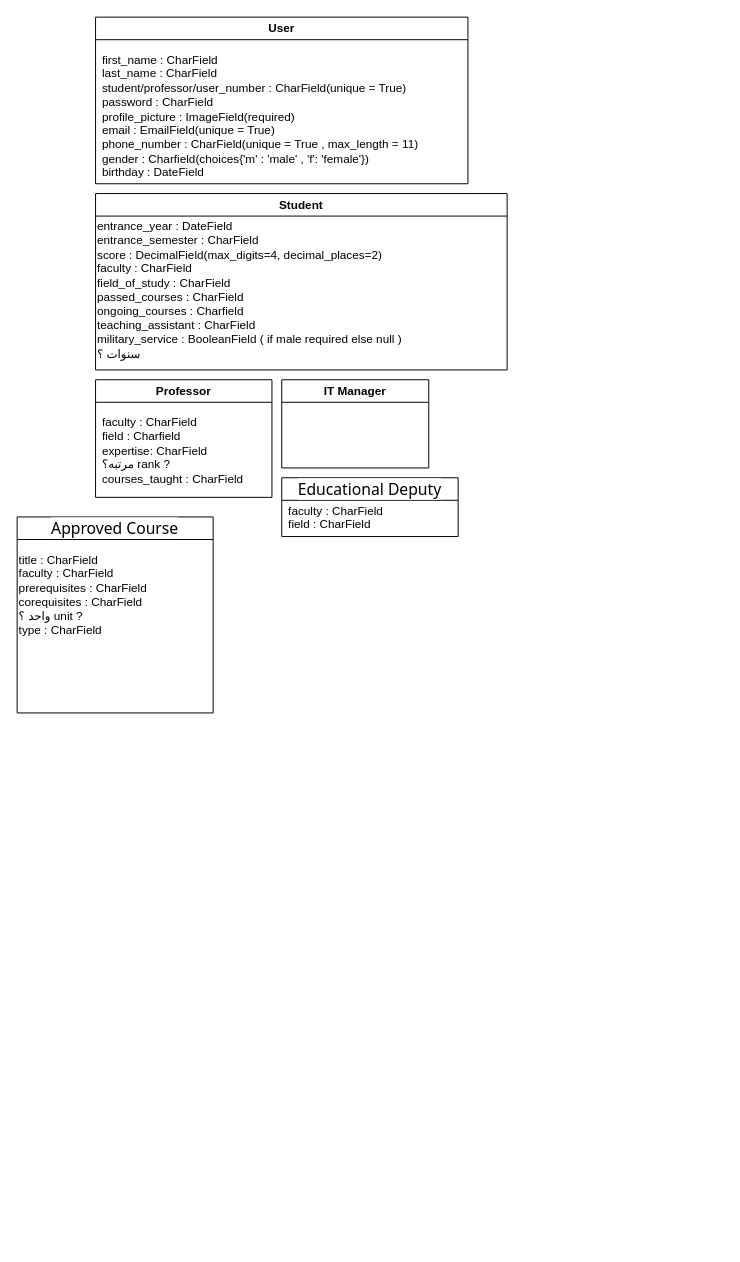
Above: Untitled Diagram.drawio in AFrenchWrench/eggplant-uni (draw.io), before the change. Source tidied: cells renumbered, new cells numbered last; positions are measured from the earlier drawing's top-left corner, leaving out a move shared by most shapes. Both pictures are drawn from the tidied source at 98%, with x=0, y=0 at pixel (17, 17).
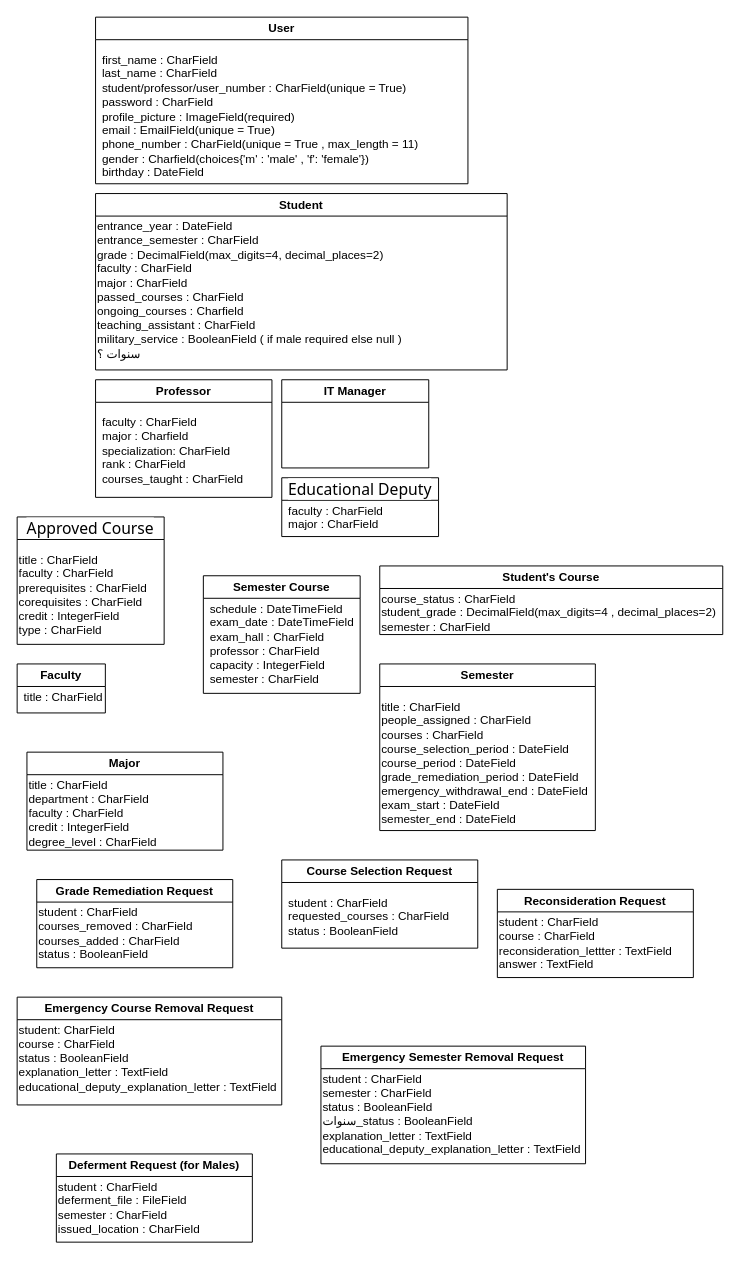
Above is the later version.

Commit message:
Added Raw Tables

The change refers to these unchanged cells:
```xml
<mxCell id="7" value="Professor" style="swimlane;whiteSpace=wrap;html=1;" parent="1" vertex="1">
  <mxGeometry x="80" y="370" width="180" height="120" as="geometry" />
</mxCell>
```

Change to the diagram source:
```diff
@@
-    <mxCell id="6" value="&lt;div&gt;entrance_year : DateField&lt;/div&gt;&lt;div&gt;entrance_semester : CharField&lt;/div&gt;&lt;div&gt;score : DecimalField&lt;span style=&quot;background-color: initial; white-space: pre;&quot;&gt;&lt;font face=&quot;Helvetica&quot; style=&quot;font-size: 12px;&quot;&gt;(max_digits=4, decimal_places=2)&lt;/font&gt;&lt;/span&gt;&lt;/div&gt;&lt;div&gt;&lt;span style=&quot;background-color: initial; white-space: pre;&quot;&gt;&lt;font face=&quot;Helvetica&quot; style=&quot;font-size: 12px;&quot;&gt;faculty : CharField&lt;/font&gt;&lt;/span&gt;&lt;/div&gt;&lt;div&gt;&lt;span style=&quot;background-color: initial; white-space: pre;&quot;&gt;&lt;font face=&quot;Helvetica&quot; style=&quot;font-size: 12px;&quot;&gt;field_of_study : CharField&lt;/font&gt;&lt;/span&gt;&lt;/div&gt;&lt;div&gt;&lt;span style=&quot;background-color: initial; white-space: pre;&quot;&gt;&lt;font face=&quot;Helvetica&quot; style=&quot;font-size: 12px;&quot;&gt;passed_courses : CharField&lt;/font&gt;&lt;/span&gt;&lt;/div&gt;&lt;div&gt;&lt;span style=&quot;white-space: pre;&quot;&gt;ongoing_courses : Charfield&lt;/span&gt;&lt;/div&gt;&lt;div&gt;&lt;span style=&quot;white-space: pre;&quot;&gt;teaching_assistant : CharField&lt;/span&gt;&lt;/div&gt;&lt;div&gt;&lt;span style=&quot;white-space: pre;&quot;&gt;military_service : BooleanField ( if male required else null )&lt;/span&gt;&lt;/div&gt;&lt;div&gt;&lt;span style=&quot;white-space: pre;&quot;&gt;سنوات ؟&lt;/span&gt;&lt;/div&gt;&lt;div&gt;&lt;span style=&quot;white-space: pre;&quot;&gt;&lt;br&gt;&lt;/span&gt;&lt;/div&gt;&lt;div&gt;&lt;span style=&quot;white-space: pre;&quot;&gt;&lt;br&gt;&lt;/span&gt;&lt;/div&gt;" style="text;html=1;whiteSpace=wrap;overflow=hidden;rounded=0;" parent="1" vertex="1">
+    <mxCell id="6" value="&lt;div&gt;entrance_year : DateField&lt;/div&gt;&lt;div&gt;entrance_semester : CharField&lt;/div&gt;&lt;div&gt;grade : DecimalField&lt;span style=&quot;background-color: initial; white-space: pre;&quot;&gt;&lt;font face=&quot;Helvetica&quot; style=&quot;font-size: 12px;&quot;&gt;(max_digits=4, decimal_places=2)&lt;/font&gt;&lt;/span&gt;&lt;/div&gt;&lt;div&gt;&lt;span style=&quot;background-color: initial; white-space: pre;&quot;&gt;&lt;font face=&quot;Helvetica&quot; style=&quot;font-size: 12px;&quot;&gt;faculty : CharField&lt;/font&gt;&lt;/span&gt;&lt;/div&gt;&lt;div&gt;&lt;span style=&quot;background-color: initial; white-space: pre;&quot;&gt;&lt;font face=&quot;Helvetica&quot; style=&quot;font-size: 12px;&quot;&gt;major : CharField&lt;/font&gt;&lt;/span&gt;&lt;/div&gt;&lt;div&gt;&lt;span style=&quot;background-color: initial; white-space: pre;&quot;&gt;&lt;font face=&quot;Helvetica&quot; style=&quot;font-size: 12px;&quot;&gt;passed_courses : CharField&lt;/font&gt;&lt;/span&gt;&lt;/div&gt;&lt;div&gt;&lt;span style=&quot;white-space: pre;&quot;&gt;ongoing_courses : Charfield&lt;/span&gt;&lt;/div&gt;&lt;div&gt;&lt;span style=&quot;white-space: pre;&quot;&gt;teaching_assistant : CharField&lt;/span&gt;&lt;/div&gt;&lt;div&gt;&lt;span style=&quot;white-space: pre;&quot;&gt;military_service : BooleanField ( if male required else null )&lt;/span&gt;&lt;/div&gt;&lt;div&gt;&lt;span style=&quot;white-space: pre;&quot;&gt;سنوات ؟&lt;/span&gt;&lt;/div&gt;&lt;div&gt;&lt;span style=&quot;white-space: pre;&quot;&gt;&lt;br&gt;&lt;/span&gt;&lt;/div&gt;&lt;div&gt;&lt;span style=&quot;white-space: pre;&quot;&gt;&lt;br&gt;&lt;/span&gt;&lt;/div&gt;" style="text;html=1;whiteSpace=wrap;overflow=hidden;rounded=0;" parent="1" vertex="1">
       <mxGeometry x="80" y="200" width="420" height="160" as="geometry" />
     </mxCell>
@@
-    <mxCell id="8" value="faculty : CharField&lt;div&gt;field : Charfield&lt;/div&gt;&lt;div&gt;expertise: CharField&lt;/div&gt;&lt;div&gt;مرتبه؟ rank ?&lt;br&gt;&lt;/div&gt;&lt;div&gt;courses_taught : CharField&lt;/div&gt;&lt;div&gt;&lt;br&gt;&lt;/div&gt;" style="text;html=1;whiteSpace=wrap;overflow=hidden;rounded=0;" parent="7" vertex="1">
+    <mxCell id="8" value="faculty : CharField&lt;div&gt;major : Charfield&lt;/div&gt;&lt;div&gt;specialization: CharField&lt;/div&gt;&lt;div&gt;rank : CharField&lt;/div&gt;&lt;div&gt;courses_taught : CharField&lt;/div&gt;&lt;div&gt;&lt;br&gt;&lt;/div&gt;" style="text;html=1;whiteSpace=wrap;overflow=hidden;rounded=0;" parent="7" vertex="1">
       <mxGeometry x="5" y="30" width="165" height="90" as="geometry" />
     </mxCell>
@@
     <mxCell id="10" value="&lt;span style=&quot;font-family: Söhne, ui-sans-serif, system-ui, -apple-system, &amp;quot;Segoe UI&amp;quot;, Roboto, Ubuntu, Cantarell, &amp;quot;Noto Sans&amp;quot;, sans-serif, &amp;quot;Helvetica Neue&amp;quot;, Arial, &amp;quot;Apple Color Emoji&amp;quot;, &amp;quot;Segoe UI Emoji&amp;quot;, &amp;quot;Segoe UI Symbol&amp;quot;, &amp;quot;Noto Color Emoji&amp;quot;; font-size: 16px; font-weight: 400; text-align: start; white-space-collapse: preserve; background-color: rgb(255, 255, 255);&quot;&gt;Educational Deputy&lt;/span&gt;" style="swimlane;whiteSpace=wrap;html=1;" parent="1" vertex="1">
-      <mxGeometry x="270" y="470" width="180" height="60" as="geometry" />
+      <mxGeometry x="270" y="470" width="160" height="60" as="geometry" />
     </mxCell>
-    <mxCell id="11" value="faculty : CharField&lt;div&gt;field : CharField&lt;/div&gt;" style="text;html=1;whiteSpace=wrap;overflow=hidden;rounded=0;" parent="10" vertex="1">
-      <mxGeometry x="5" y="20" width="105" height="40" as="geometry" />
+    <mxCell id="11" value="faculty : CharField&lt;div&gt;major : CharField&lt;/div&gt;" style="text;html=1;whiteSpace=wrap;overflow=hidden;rounded=0;" parent="10" vertex="1">
+      <mxGeometry x="5" y="20" width="155" height="40" as="geometry" />
     </mxCell>
     <mxCell id="12" value="&lt;span style=&quot;font-family: Söhne, ui-sans-serif, system-ui, -apple-system, &amp;quot;Segoe UI&amp;quot;, Roboto, Ubuntu, Cantarell, &amp;quot;Noto Sans&amp;quot;, sans-serif, &amp;quot;Helvetica Neue&amp;quot;, Arial, &amp;quot;Apple Color Emoji&amp;quot;, &amp;quot;Segoe UI Emoji&amp;quot;, &amp;quot;Segoe UI Symbol&amp;quot;, &amp;quot;Noto Color Emoji&amp;quot;; font-size: 16px; font-weight: 400; text-align: start; white-space-collapse: preserve; background-color: rgb(255, 255, 255);&quot;&gt;Approved Course&lt;/span&gt;" style="swimlane;whiteSpace=wrap;html=1;" parent="1" vertex="1">
-      <mxGeometry y="510" width="200" height="200" as="geometry" />
+      <mxGeometry y="510" width="150" height="130" as="geometry" />
     </mxCell>
-    <mxCell id="13" value="title : CharField&lt;div&gt;faculty : CharField&lt;/div&gt;&lt;div&gt;&lt;span style=&quot;background-color: initial;&quot;&gt;prerequisites : CharField&lt;/span&gt;&lt;/div&gt;&lt;div&gt;corequisites : CharField&lt;/div&gt;&lt;div&gt;واحد ؟ unit ?&lt;/div&gt;&lt;div&gt;type : CharField&lt;/div&gt;" style="text;html=1;whiteSpace=wrap;overflow=hidden;rounded=0;" parent="12" vertex="1">
-      <mxGeometry y="30" width="200" height="170" as="geometry" />
+    <mxCell id="13" value="title : CharField&lt;div&gt;faculty : CharField&lt;/div&gt;&lt;div&gt;&lt;span style=&quot;background-color: initial;&quot;&gt;prerequisites : CharField&lt;/span&gt;&lt;/div&gt;&lt;div&gt;corequisites : CharField&lt;/div&gt;&lt;div&gt;credit : IntegerField&lt;/div&gt;&lt;div&gt;type : CharField&lt;/div&gt;" style="text;html=1;whiteSpace=wrap;overflow=hidden;rounded=0;" parent="12" vertex="1">
+      <mxGeometry y="30" width="140" height="100" as="geometry" />
     </mxCell>
+    <mxCell id="14" value="Semester Course" style="swimlane;whiteSpace=wrap;html=1;" parent="1" vertex="1">
+      <mxGeometry x="190" y="570" width="160" height="120" as="geometry" />
+    </mxCell>
+    <mxCell id="15" value="schedule : DateTimeField&lt;div&gt;exam_date : DateTimeField&lt;/div&gt;&lt;div&gt;exam_hall : CharField&lt;/div&gt;&lt;div&gt;professor : CharField&lt;/div&gt;&lt;div&gt;capacity : &lt;span style=&quot;background-color: initial;&quot;&gt;IntegerField&lt;/span&gt;&lt;/div&gt;&lt;div&gt;&lt;span style=&quot;background-color: initial;&quot;&gt;semester : CharField&lt;/span&gt;&lt;/div&gt;" style="text;html=1;whiteSpace=wrap;overflow=hidden;rounded=0;" parent="14" vertex="1">
+      <mxGeometry x="5" y="20" width="150" height="100" as="geometry" />
+    </mxCell>
+    <mxCell id="16" value="Student's Course" style="swimlane;whiteSpace=wrap;html=1;" parent="1" vertex="1">
+      <mxGeometry x="370" y="560" width="350" height="70" as="geometry" />
+    </mxCell>
+    <mxCell id="17" value="course_status : CharField&lt;div&gt;student_grade : DecimalField(max_digits=4 , decimal_places=2)&lt;/div&gt;&lt;div&gt;semester : CharField&lt;/div&gt;&lt;div&gt;&lt;br&gt;&lt;/div&gt;" style="text;html=1;whiteSpace=wrap;overflow=hidden;rounded=0;" parent="16" vertex="1">
+      <mxGeometry y="20" width="350" height="50" as="geometry" />
+    </mxCell>
+    <mxCell id="18" value="Semester" style="swimlane;whiteSpace=wrap;html=1;" parent="1" vertex="1">
+      <mxGeometry x="370" y="660" width="220" height="170" as="geometry" />
+    </mxCell>
+    <mxCell id="19" value="title : CharField&lt;div&gt;people_assigned : CharField&lt;/div&gt;&lt;div&gt;courses : CharField&lt;/div&gt;&lt;div&gt;course_selection_period : DateField&lt;/div&gt;&lt;div&gt;course_period : DateField&lt;/div&gt;&lt;div&gt;grade_remediation_period : DateField&lt;br&gt;&lt;/div&gt;&lt;div&gt;emergency_withdrawal_end : DateField&lt;/div&gt;&lt;div&gt;exam_start : DateField&lt;/div&gt;&lt;div&gt;semester_end : DateField&lt;/div&gt;" style="text;html=1;whiteSpace=wrap;overflow=hidden;rounded=0;" parent="18" vertex="1">
+      <mxGeometry y="30" width="220" height="140" as="geometry" />
+    </mxCell>
+    <mxCell id="20" value="Faculty" style="swimlane;whiteSpace=wrap;html=1;" parent="1" vertex="1">
+      <mxGeometry y="660" width="90" height="50" as="geometry" />
+    </mxCell>
+    <mxCell id="21" value="title : CharField" style="text;html=1;whiteSpace=wrap;overflow=hidden;rounded=0;" parent="20" vertex="1">
+      <mxGeometry x="5" y="20" width="85" height="30" as="geometry" />
+    </mxCell>
+    <mxCell id="22" value="Major" style="swimlane;whiteSpace=wrap;html=1;" parent="1" vertex="1">
+      <mxGeometry x="10" y="750" width="200" height="100" as="geometry" />
+    </mxCell>
+    <mxCell id="23" value="title : CharField&lt;div&gt;department : CharField&lt;/div&gt;&lt;div&gt;faculty : CharField&lt;/div&gt;&lt;div&gt;credit : IntegerField&lt;/div&gt;&lt;div&gt;degree_level : CharField&lt;/div&gt;&lt;div&gt;&lt;br&gt;&lt;/div&gt;" style="text;html=1;whiteSpace=wrap;overflow=hidden;rounded=0;" parent="22" vertex="1">
+      <mxGeometry y="20" width="200" height="80" as="geometry" />
+    </mxCell>
+    <mxCell id="24" value="Course Selection Request" style="swimlane;whiteSpace=wrap;html=1;" parent="1" vertex="1">
+      <mxGeometry x="270" y="860" width="200" height="90" as="geometry" />
+    </mxCell>
+    <mxCell id="25" value="student : CharField&lt;div&gt;requested_courses : CharField&lt;/div&gt;&lt;div&gt;status : BooleanField&lt;/div&gt;" style="text;html=1;whiteSpace=wrap;overflow=hidden;rounded=0;" parent="24" vertex="1">
+      <mxGeometry x="5" y="30" width="185" height="60" as="geometry" />
+    </mxCell>
+    <mxCell id="26" value="Grade Remediation Request" style="swimlane;whiteSpace=wrap;html=1;" parent="1" vertex="1">
+      <mxGeometry x="20" y="880" width="200" height="90" as="geometry" />
+    </mxCell>
+    <mxCell id="27" value="student : CharField&lt;div&gt;courses_removed : CharField&lt;/div&gt;&lt;div&gt;courses_added : CharField&lt;/div&gt;&lt;div&gt;status : BooleanField&lt;/div&gt;" style="text;html=1;whiteSpace=wrap;overflow=hidden;rounded=0;" parent="26" vertex="1">
+      <mxGeometry y="20" width="200" height="70" as="geometry" />
+    </mxCell>
+    <mxCell id="28" value="Reconsideration Request" style="swimlane;whiteSpace=wrap;html=1;" parent="1" vertex="1">
+      <mxGeometry x="490" y="890" width="200" height="90" as="geometry" />
+    </mxCell>
+    <mxCell id="29" value="student : CharField&lt;div&gt;course : CharField&lt;/div&gt;&lt;div&gt;reconsideration_lettter : TextField&lt;/div&gt;&lt;div&gt;answer : TextField&lt;/div&gt;&lt;div&gt;&lt;br&gt;&lt;/div&gt;" style="text;html=1;whiteSpace=wrap;overflow=hidden;rounded=0;" parent="28" vertex="1">
+      <mxGeometry y="20" width="200" height="70" as="geometry" />
+    </mxCell>
+    <mxCell id="30" value="Emergency Course Removal Request" style="swimlane;whiteSpace=wrap;html=1;" parent="1" vertex="1">
+      <mxGeometry y="1000" width="270" height="110" as="geometry" />
+    </mxCell>
+    <mxCell id="31" value="student: CharField&lt;div&gt;course : CharField&lt;/div&gt;&lt;div&gt;status : BooleanField&lt;/div&gt;&lt;div&gt;explanation_letter : TextField&lt;/div&gt;&lt;div&gt;educational_deputy_explanation_letter : TextField&lt;/div&gt;&lt;div&gt;&lt;br&gt;&lt;/div&gt;" style="text;html=1;whiteSpace=wrap;overflow=hidden;rounded=0;" parent="30" vertex="1">
+      <mxGeometry y="20" width="270" height="90" as="geometry" />
+    </mxCell>
+    <mxCell id="32" value="Emergency Semester Removal Request" style="swimlane;whiteSpace=wrap;html=1;" parent="1" vertex="1">
+      <mxGeometry x="310" y="1050" width="270" height="120" as="geometry" />
+    </mxCell>
+    <mxCell id="33" value="student : CharField&lt;div&gt;semester : CharField&lt;/div&gt;&lt;div&gt;status : BooleanField&lt;/div&gt;&lt;div&gt;سنوات_status : BooleanField&lt;/div&gt;&lt;div&gt;&lt;div&gt;explanation_letter : TextField&lt;/div&gt;&lt;div&gt;educational_deputy_explanation_letter : TextField&lt;/div&gt;&lt;/div&gt;" style="text;html=1;whiteSpace=wrap;overflow=hidden;rounded=0;" parent="32" vertex="1">
+      <mxGeometry y="20" width="270" height="100" as="geometry" />
+    </mxCell>
+    <mxCell id="34" value="Deferment Request (for Males)" style="swimlane;whiteSpace=wrap;html=1;startSize=23;" parent="1" vertex="1">
+      <mxGeometry x="40" y="1160" width="200" height="90" as="geometry" />
+    </mxCell>
+    <mxCell id="35" value="student : CharField&lt;div&gt;deferment_file : FileField&lt;/div&gt;&lt;div&gt;semester : CharField&lt;/div&gt;&lt;div&gt;issued_location : CharField&lt;/div&gt;" style="text;html=1;whiteSpace=wrap;overflow=hidden;rounded=0;" parent="34" vertex="1">
+      <mxGeometry y="20" width="200" height="70" as="geometry" />
+    </mxCell>
```
